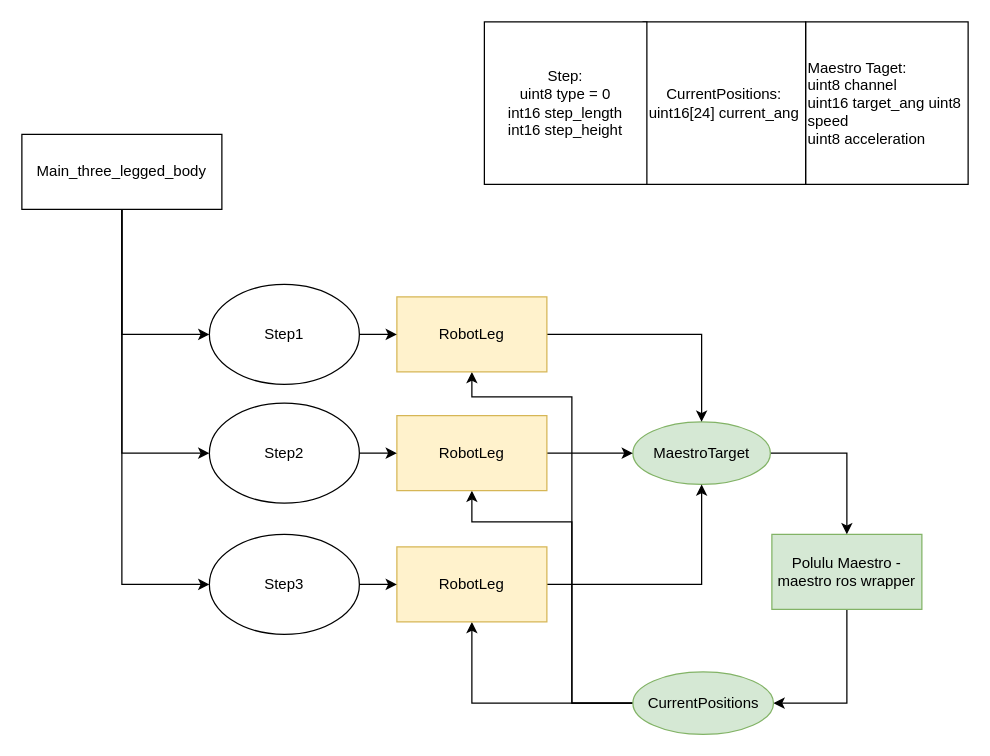
Above: app_ros_graph.drawio in eSqadron/Zebulon05 (draw.io), before the change. Source tidied: cells renumbered, new cells numbered last; positions are measured from the earlier drawing's top-left corner, leaving out a move shared by most shapes. Both pictures are drawn from the tidied source at 125%, with x=0, y=0 at pixel (21, 21).
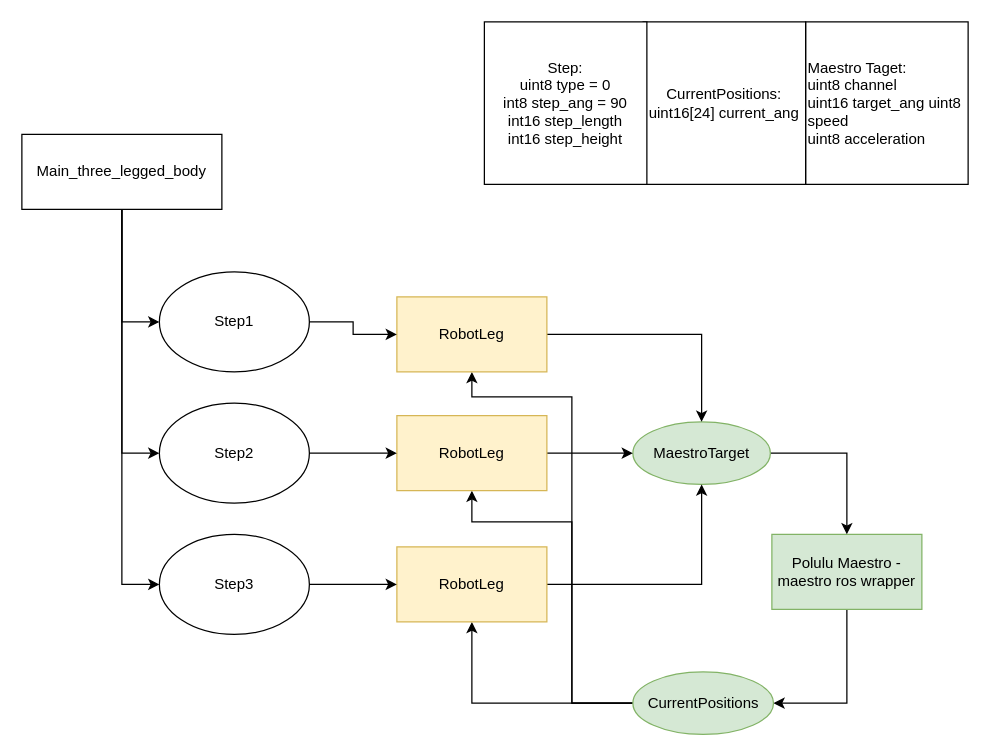
The same diagram, later.

What changed in the source:
```diff
@@
     <mxCell id="15" value="Step1" style="ellipse;whiteSpace=wrap;html=1;" parent="1" vertex="1">
-      <mxGeometry x="150" y="210" width="120" height="80" as="geometry" />
+      <mxGeometry x="110" y="200" width="120" height="80" as="geometry" />
     </mxCell>
@@
     <mxCell id="19" value="Step2" style="ellipse;whiteSpace=wrap;html=1;" parent="1" vertex="1">
-      <mxGeometry x="150" y="305" width="120" height="80" as="geometry" />
+      <mxGeometry x="110" y="305" width="120" height="80" as="geometry" />
     </mxCell>
@@
     <mxCell id="23" value="Step3" style="ellipse;whiteSpace=wrap;html=1;" parent="1" vertex="1">
-      <mxGeometry x="150" y="410" width="120" height="80" as="geometry" />
+      <mxGeometry x="110" y="410" width="120" height="80" as="geometry" />
     </mxCell>
@@
-    <mxCell id="28" value="Step:&lt;br&gt;uint8 type = 0&lt;br&gt;int16 step_length&lt;br&gt;int16 step_height" style="whiteSpace=wrap;html=1;" parent="1" vertex="1">
+    <mxCell id="28" value="Step:&lt;br&gt;uint8 type = 0&lt;br&gt;int8 step_ang = 90&lt;br&gt;int16 step_length&lt;br&gt;int16 step_height" style="whiteSpace=wrap;html=1;" parent="1" vertex="1">
       <mxGeometry x="370" width="130" height="130" as="geometry" />
     </mxCell>
```
